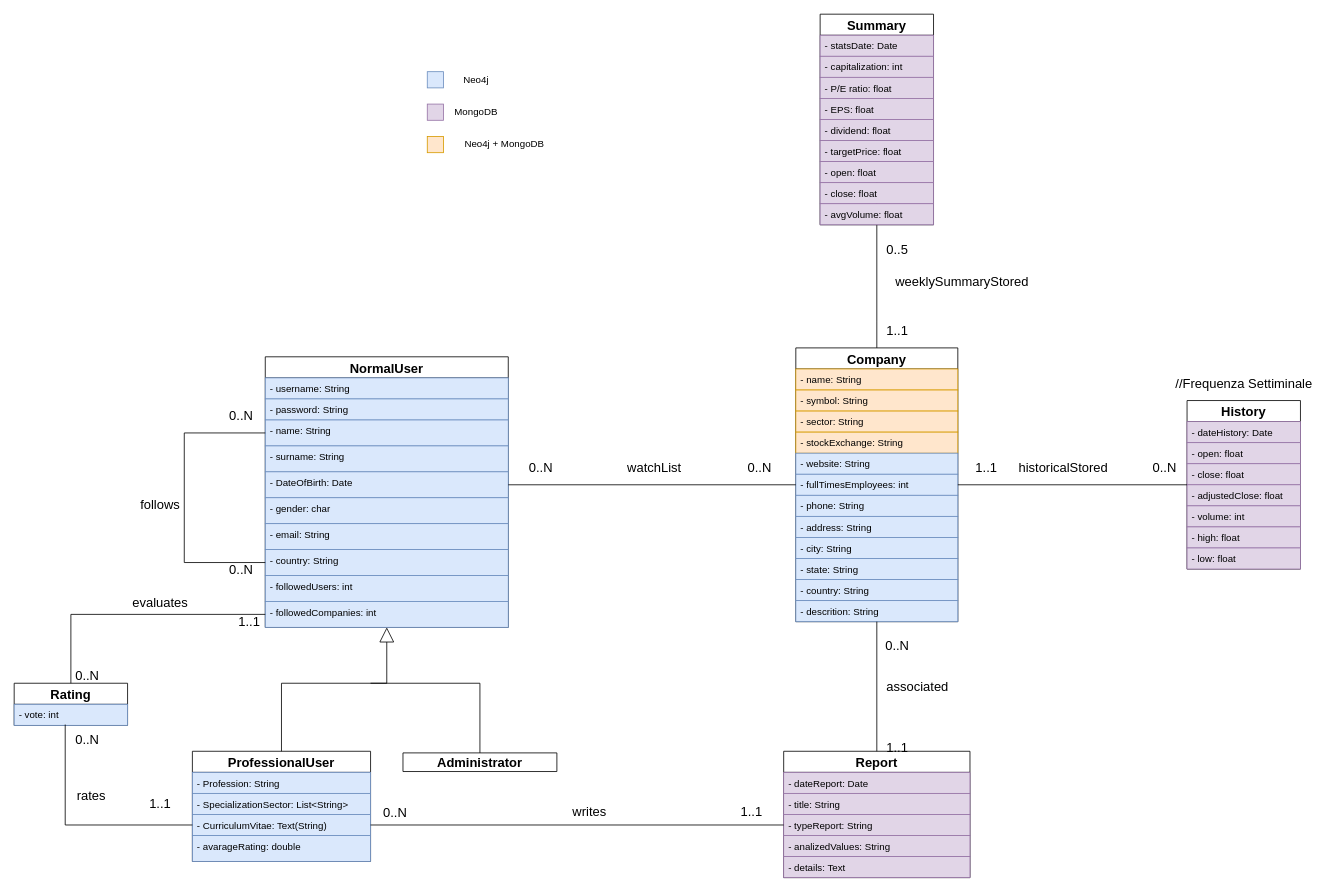
Above: page "Page-2" (2 of 2) of Diagrammi/ClassesDiagram.drawio in Matteo-Castrignano/CompaniesDiscoveryApplications (draw.io), before the change. Source tidied: cells renumbered, new cells numbered last; positions are measured from the earlier drawing's top-left corner, leaving out a move shared by most shapes. Both pictures are drawn from the tidied source at 81%, with x=0, y=0 at pixel (14, 14).
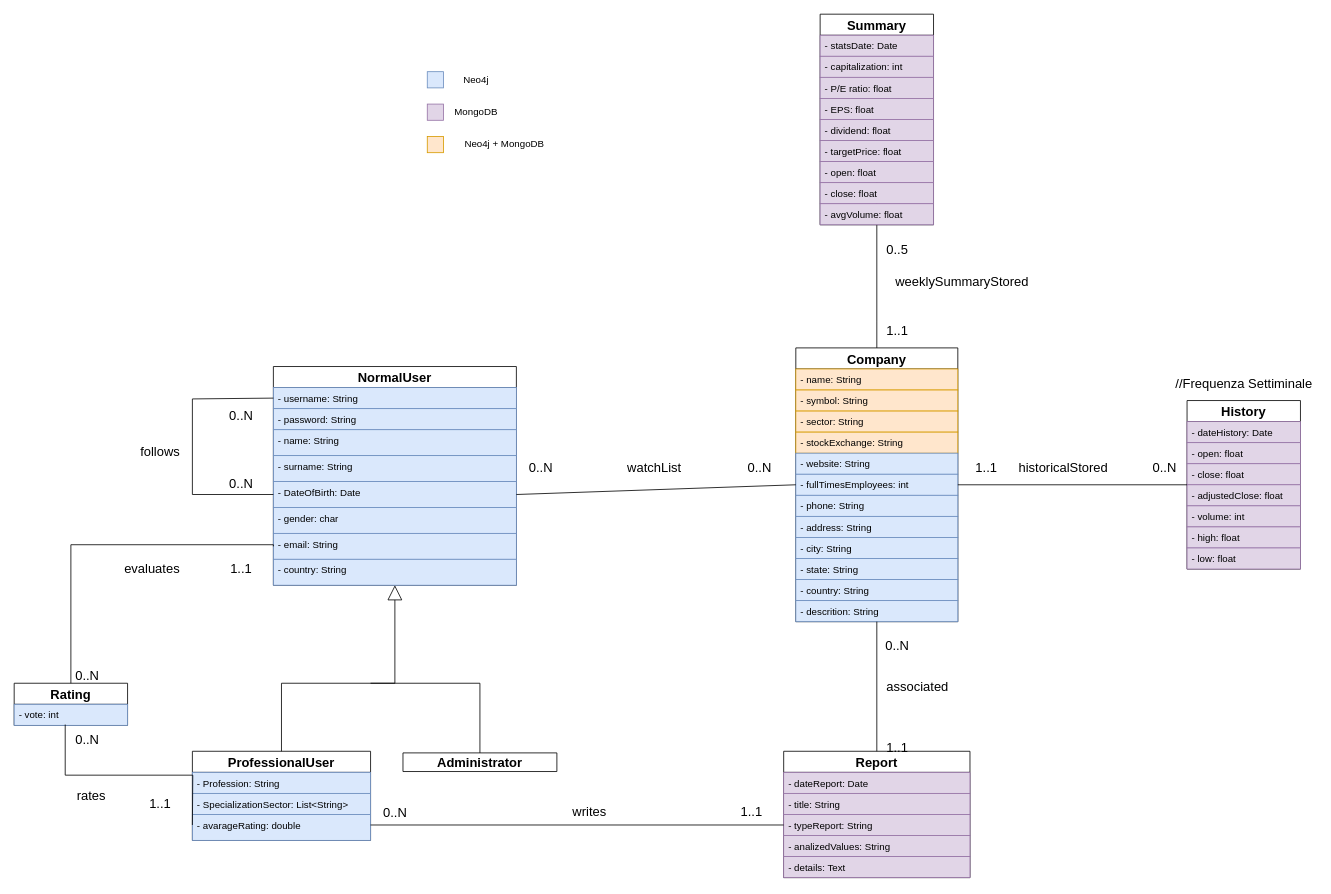
The same diagram, later.

The change refers to these unchanged cells:
```xml
<mxCell id="3" value="- username: String" style="text;align=left;verticalAlign=top;spacingLeft=4;spacingRight=4;overflow=hidden;points=[[0,0.5],[1,0.5]];portConstraint=eastwest;fillColor=#dae8fc;strokeColor=#6c8ebf;" parent="2" vertex="1">
  <mxGeometry y="26" width="300" height="26" as="geometry" />
</mxCell>
<mxCell id="5" value="- name: String&#10;" style="text;strokeColor=#6c8ebf;fillColor=#dae8fc;align=left;verticalAlign=top;spacingLeft=4;spacingRight=4;overflow=hidden;points=[[0,0.5],[1,0.5]];portConstraint=eastwest;" parent="2" vertex="1">
  <mxGeometry y="78" width="300" height="32" as="geometry" />
</mxCell>
<mxCell id="7" value="- DateOfBirth: Date&#10;" style="text;strokeColor=#6c8ebf;fillColor=#dae8fc;align=left;verticalAlign=top;spacingLeft=4;spacingRight=4;overflow=hidden;points=[[0,0.5],[1,0.5]];portConstraint=eastwest;" parent="2" vertex="1">
  <mxGeometry y="142" width="300" height="32" as="geometry" />
</mxCell>
<mxCell id="9" value="- email: String&#10;" style="text;strokeColor=#6c8ebf;fillColor=#dae8fc;align=left;verticalAlign=top;spacingLeft=4;spacingRight=4;overflow=hidden;points=[[0,0.5],[1,0.5]];portConstraint=eastwest;" parent="2" vertex="1">
  <mxGeometry y="206" width="300" height="32" as="geometry" />
</mxCell>
<mxCell id="10" value="- country: String&#10;" style="text;strokeColor=#6c8ebf;fillColor=#dae8fc;align=left;verticalAlign=top;spacingLeft=4;spacingRight=4;overflow=hidden;points=[[0,0.5],[1,0.5]];portConstraint=eastwest;" parent="2" vertex="1">
  <mxGeometry y="238" width="300" height="32" as="geometry" />
</mxCell>
<mxCell id="67" value="Rating" style="swimlane;fontStyle=1;horizontal=1;startSize=26;fillColor=none;fontSize=16;" parent="1" vertex="1">
  <mxGeometry y="826" width="140" height="52" as="geometry" />
</mxCell>
<mxCell id="68" value="- vote: int" style="text;strokeColor=#6c8ebf;fillColor=#dae8fc;align=left;verticalAlign=top;spacingLeft=4;spacingRight=4;overflow=hidden;points=[[0,0.5],[1,0.5]];portConstraint=eastwest;" parent="67" vertex="1">
  <mxGeometry y="26" width="140" height="26" as="geometry" />
</mxCell>
<mxCell id="80" value="- typeReport: String" style="text;strokeColor=#9673a6;fillColor=#e1d5e7;align=left;verticalAlign=top;spacingLeft=4;spacingRight=4;overflow=hidden;points=[[0,0.5],[1,0.5]];portConstraint=eastwest;" parent="77" vertex="1">
  <mxGeometry y="78" width="230" height="26" as="geometry" />
</mxCell>
```

The edit, as a diff of the source:
```diff
@@
     <mxCell id="2" value="NormalUser" style="swimlane;fontStyle=1;horizontal=1;startSize=26;fontSize=16;" parent="1" vertex="1">
-      <mxGeometry x="310" y="423" width="300" height="334" as="geometry" />
+      <mxGeometry x="320" y="435" width="300" height="270" as="geometry" />
     </mxCell>
@@
-    <mxCell id="11" value="- followedUsers: int&#10;" style="text;strokeColor=#6c8ebf;fillColor=#dae8fc;align=left;verticalAlign=top;spacingLeft=4;spacingRight=4;overflow=hidden;" parent="2" vertex="1">
-      <mxGeometry y="270" width="300" height="32" as="geometry" />
-    </mxCell>
-    <mxCell id="12" value="- followedCompanies: int&#10;" style="text;strokeColor=#6c8ebf;fillColor=#dae8fc;align=left;verticalAlign=top;spacingLeft=4;spacingRight=4;overflow=hidden;points=[[0,0.5],[1,0.5]];portConstraint=eastwest;" parent="2" vertex="1">
-      <mxGeometry y="302" width="300" height="32" as="geometry" />
-    </mxCell>
-    <mxCell id="13" style="endArrow=none;html=1;strokeColor=#000000;fontSize=16;rounded=0;edgeStyle=orthogonalEdgeStyle;exitX=0;exitY=0.5;exitDx=0;exitDy=0;entryX=0;entryY=0.5;entryDx=0;entryDy=0;" parent="2" edge="1" source="10" target="5">
+    <mxCell id="13" style="endArrow=none;html=1;strokeColor=#000000;fontSize=16;rounded=0;edgeStyle=orthogonalEdgeStyle;exitX=0;exitY=0.5;exitDx=0;exitDy=0;entryX=0;entryY=0.5;entryDx=0;entryDy=0;" parent="2" edge="1" source="7" target="3">
       <mxGeometry relative="1" as="geometry">
         <Array as="points">
-          <mxPoint x="-100" y="254" />
-          <mxPoint x="-100" y="94" />
+          <mxPoint x="-100" y="158" />
+          <mxPoint x="-100" y="40" />
         </Array>
       </mxGeometry>
     </mxCell>
     <mxCell id="14" value="ProfessionalUser" style="swimlane;fontStyle=1;horizontal=1;startSize=26;fillColor=none;fontSize=16;" parent="1" vertex="1">
-      <mxGeometry x="220" y="910" width="220" height="136" as="geometry" />
+      <mxGeometry x="220" y="910" width="220" height="110" as="geometry" />
     </mxCell>
@@
-    <mxCell id="17" value="- CurriculumVitae: Text(String)" style="text;strokeColor=#6c8ebf;fillColor=#dae8fc;align=left;verticalAlign=top;spacingLeft=4;spacingRight=4;overflow=hidden;points=[[0,0.5],[1,0.5]];portConstraint=eastwest;" parent="14" vertex="1">
-      <mxGeometry y="78" width="220" height="26" as="geometry" />
-    </mxCell>
     <mxCell id="18" value="- avarageRating: double&#10;" style="text;strokeColor=#6c8ebf;fillColor=#dae8fc;align=left;verticalAlign=top;spacingLeft=4;spacingRight=4;overflow=hidden;" parent="14" vertex="1">
-      <mxGeometry y="104" width="220" height="32" as="geometry" />
+      <mxGeometry y="78" width="220" height="32" as="geometry" />
     </mxCell>
     <mxCell id="19" style="endArrow=block;endSize=16;endFill=0;html=1;fontSize=16;edgeStyle=orthogonalEdgeStyle;rounded=0;exitX=0.5;exitY=0;exitDx=0;exitDy=0;entryX=0.5;entryY=1;entryDx=0;entryDy=0;" parent="1" edge="1" source="14" target="2">
       <mxGeometry relative="1" as="geometry">
         <Array as="points">
           <mxPoint x="330" y="826" />
-          <mxPoint x="460" y="826" />
+          <mxPoint x="470" y="826" />
         </Array>
       </mxGeometry>
     </mxCell>
@@
     <mxCell id="22" value="follows" style="text;html=1;align=center;verticalAlign=middle;fontSize=16;" parent="1" vertex="1">
-      <mxGeometry x="150" y="596" width="60" height="20" as="geometry" />
+      <mxGeometry x="150" y="530" width="60" height="20" as="geometry" />
     </mxCell>
     <mxCell id="23" value="0..N" style="text;html=1;align=center;verticalAlign=middle;fontSize=16;" parent="1" vertex="1">
-      <mxGeometry x="260" y="676" width="40" height="20" as="geometry" />
+      <mxGeometry x="260" y="570" width="40" height="20" as="geometry" />
     </mxCell>
@@
-    <mxCell id="69" style="edgeStyle=orthogonalEdgeStyle;rounded=0;jettySize=auto;html=1;exitX=0;exitY=0.5;exitDx=0;exitDy=0;entryX=0.5;entryY=0;entryDx=0;entryDy=0;endArrow=none;endFill=0;strokeColor=#000000;fontSize=16;" parent="1" edge="1" source="12" target="67">
-      <mxGeometry relative="1" as="geometry" />
+    <mxCell id="69" style="edgeStyle=orthogonalEdgeStyle;rounded=0;jettySize=auto;html=1;entryX=0.5;entryY=0;entryDx=0;entryDy=0;endArrow=none;endFill=0;strokeColor=#000000;fontSize=16;exitX=0;exitY=0.5;exitDx=0;exitDy=0;" parent="1" edge="1" source="9" target="67">
+      <mxGeometry relative="1" as="geometry">
+        <Array as="points">
+          <mxPoint x="320" y="655" />
+          <mxPoint x="70" y="655" />
+        </Array>
+      </mxGeometry>
     </mxCell>
-    <mxCell id="70" style="edgeStyle=orthogonalEdgeStyle;rounded=0;jettySize=auto;html=1;exitX=0;exitY=0.5;exitDx=0;exitDy=0;entryX=0.45;entryY=0.962;entryDx=0;entryDy=0;entryPerimeter=0;endArrow=none;endFill=0;strokeColor=#000000;fontSize=16;" parent="1" edge="1" source="17" target="68">
-      <mxGeometry relative="1" as="geometry" />
+    <mxCell id="70" style="edgeStyle=orthogonalEdgeStyle;rounded=0;jettySize=auto;html=1;exitX=0;exitY=0.5;exitDx=0;exitDy=0;entryX=0.45;entryY=0.962;entryDx=0;entryDy=0;entryPerimeter=0;endArrow=none;endFill=0;strokeColor=#000000;fontSize=16;" parent="1" edge="1" target="68">
+      <mxGeometry relative="1" as="geometry">
+        <mxPoint x="220" y="1001" as="sourcePoint" />
+      </mxGeometry>
     </mxCell>
     <mxCell id="71" value="evaluates" style="text;html=1;align=center;verticalAlign=middle;fontSize=16;" parent="1" vertex="1">
-      <mxGeometry x="140" y="716" width="80" height="20" as="geometry" />
+      <mxGeometry x="130" y="675" width="80" height="20" as="geometry" />
     </mxCell>
@@
     <mxCell id="74" value="1..1" style="text;html=1;align=center;verticalAlign=middle;fontSize=16;" parent="1" vertex="1">
-      <mxGeometry x="270" y="740" width="40" height="20" as="geometry" />
+      <mxGeometry x="260" y="675" width="40" height="20" as="geometry" />
     </mxCell>
@@
-    <mxCell id="98" style="endArrow=none;html=1;entryX=0;entryY=0.5;entryDx=0;entryDy=0;exitX=1;exitY=0.5;exitDx=0;exitDy=0;" parent="1" edge="1" source="17" target="80">
-      <mxGeometry relative="1" as="geometry" />
+    <mxCell id="98" style="endArrow=none;html=1;entryX=0;entryY=0.5;entryDx=0;entryDy=0;exitX=1;exitY=0.5;exitDx=0;exitDy=0;" parent="1" edge="1" target="80">
+      <mxGeometry relative="1" as="geometry">
+        <mxPoint x="440" y="1001" as="sourcePoint" />
+      </mxGeometry>
     </mxCell>
```
